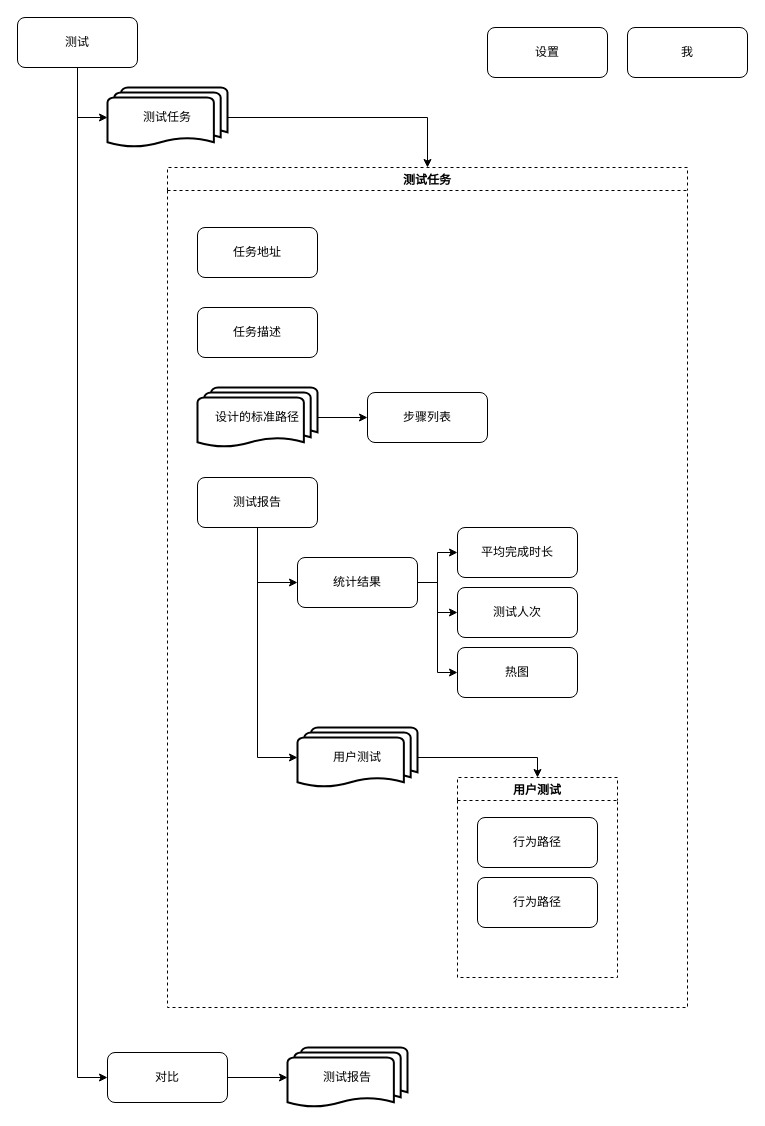
Above: page "信息架构" (1 of 9) of 前端处理流程.drawio in onlyzlc/prototester (draw.io), before the change. Source tidied: cells renumbered, new cells numbered last; positions are measured from the earlier drawing's top-left corner, leaving out a move shared by most shapes. Both pictures are drawn from the tidied source at 100%, with x=0, y=0 at pixel (17, 17).
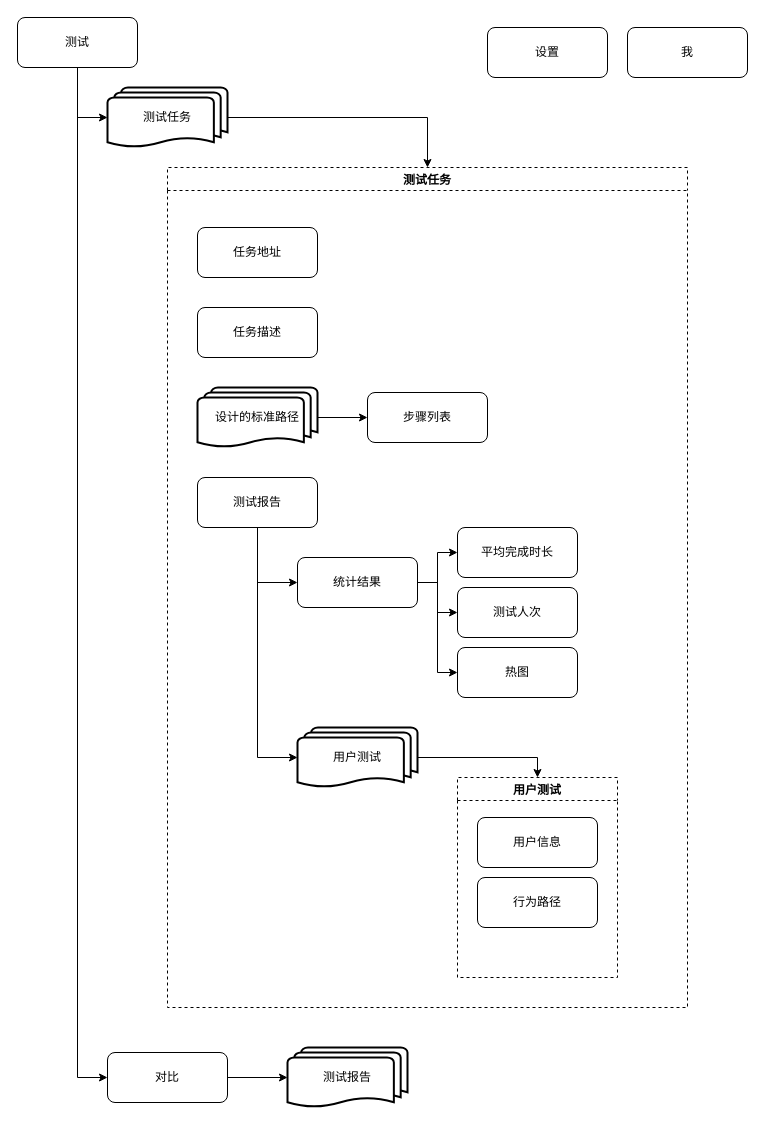
The same page after the edit.

The change refers to these unchanged cells:
```xml
<mxCell id="30" value="用户测试" style="swimlane;dashed=1;" parent="12" vertex="1">
  <mxGeometry x="290" y="610" width="160" height="200" as="geometry" />
</mxCell>
```

The edit, as a diff of the source:
```diff
@@
-    <mxCell id="31" value="行为路径" style="rounded=1;whiteSpace=wrap;html=1;" parent="30" vertex="1">
+    <mxCell id="31" value="用户信息" style="rounded=1;whiteSpace=wrap;html=1;" parent="30" vertex="1">
       <mxGeometry x="20" y="40" width="120" height="50" as="geometry" />
     </mxCell>
```
